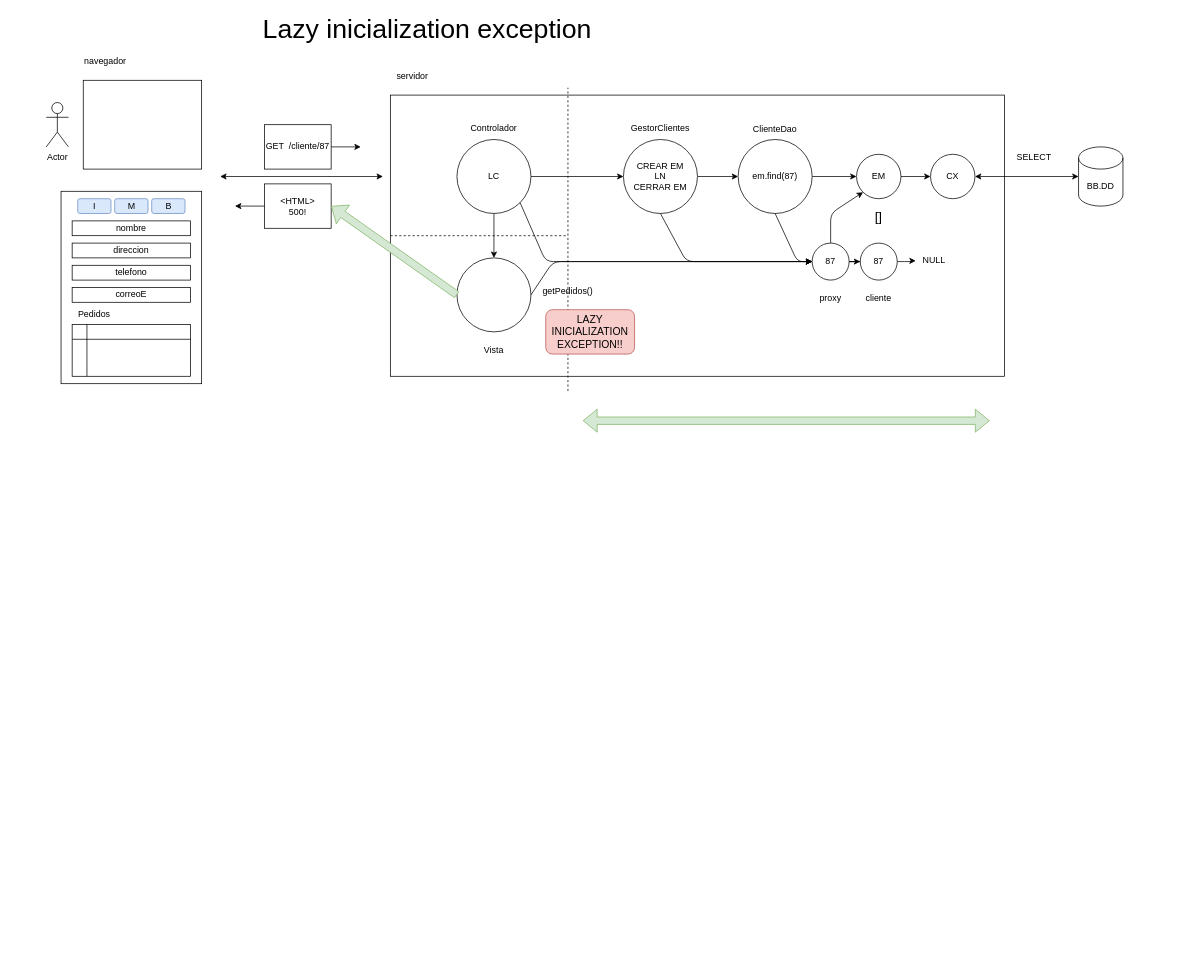
This is page "Página-18" (11 of 18) of diagramas.drawio from lrag/Hibernate_JPA, a draw.io file, before an edit. Source tidied: cells renumbered, new cells numbered last; positions are measured from the earlier drawing's top-left corner, leaving out a move shared by most shapes. Both pictures are drawn from the tidied source at 74%, with x=0, y=0 at pixel (46, 21).
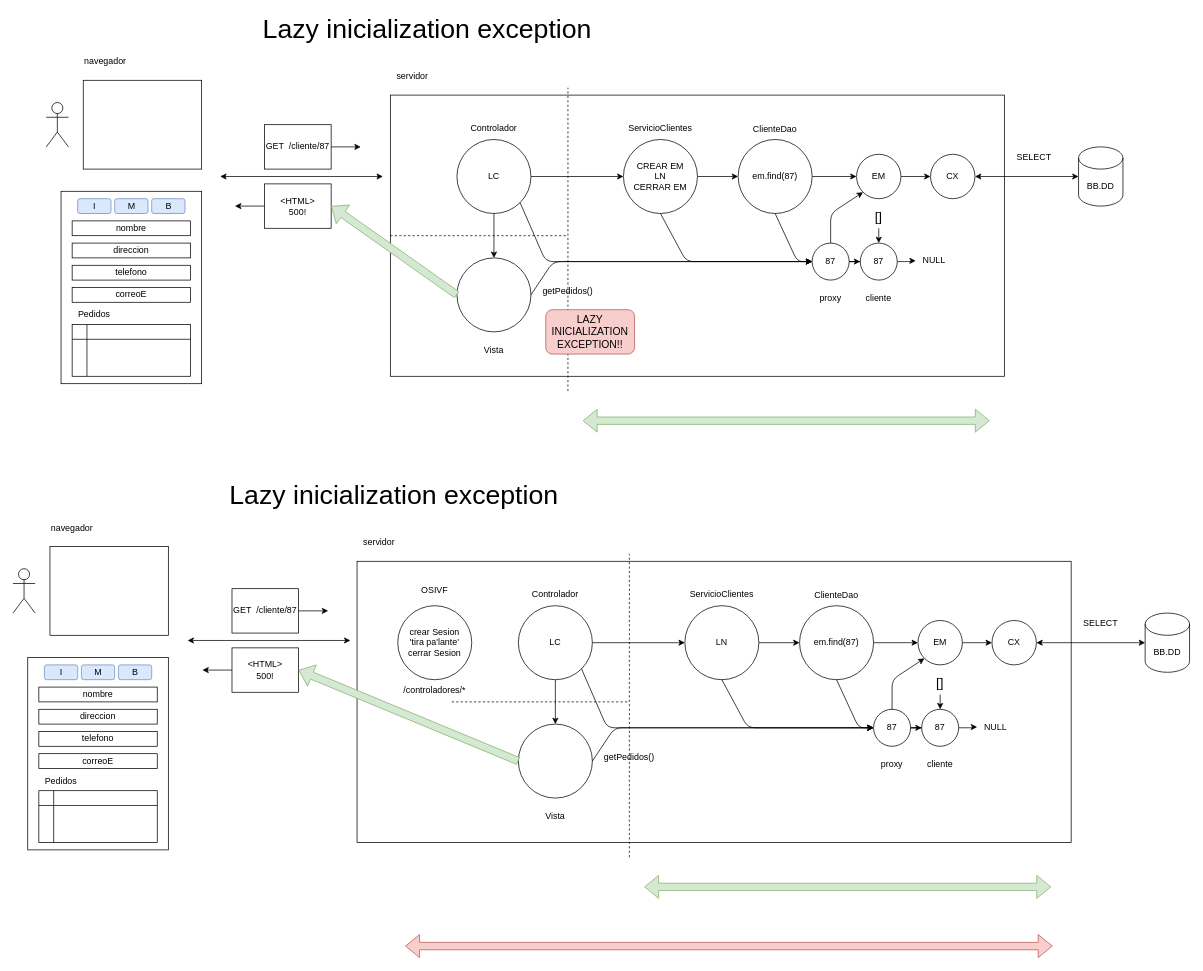
The same diagram, later.

The change refers to these unchanged cells:
```xml
<mxCell id="33" value="&lt;font style=&quot;font-size: 18px&quot;&gt;[]&lt;/font&gt;" style="text;html=1;strokeColor=none;fillColor=none;align=center;verticalAlign=middle;whiteSpace=wrap;rounded=0;fontSize=12;" parent="1" vertex="1">
  <mxGeometry x="1095" y="250" width="60" height="30" as="geometry" />
</mxCell>
<mxCell id="47" value="87" style="ellipse;whiteSpace=wrap;html=1;fontSize=12;" parent="1" vertex="1">
  <mxGeometry x="1100" y="300" width="50" height="50" as="geometry" />
</mxCell>
```

What changed in the source:
```diff
@@
-    <mxCell id="4" value="Actor" style="shape=umlActor;verticalLabelPosition=bottom;verticalAlign=top;html=1;" parent="1" vertex="1">
+    <mxCell id="4" style="shape=umlActor;verticalLabelPosition=bottom;verticalAlign=top;html=1;" parent="1" vertex="1">
       <mxGeometry y="110" width="30" height="60" as="geometry" />
     </mxCell>
@@
-    <mxCell id="20" value="GestorClientes" style="text;html=1;strokeColor=none;fillColor=none;align=center;verticalAlign=middle;whiteSpace=wrap;rounded=0;" parent="1" vertex="1">
+    <mxCell id="20" value="ServicioClientes" style="text;html=1;strokeColor=none;fillColor=none;align=center;verticalAlign=middle;whiteSpace=wrap;rounded=0;" parent="1" vertex="1">
       <mxGeometry x="800" y="130" width="60" height="30" as="geometry" />
     </mxCell>
@@
+    <mxCell id="61" style="edgeStyle=orthogonalEdgeStyle;rounded=0;jettySize=auto;html=1;exitX=0.5;exitY=1;exitDx=0;exitDy=0;entryX=0.5;entryY=0;entryDx=0;entryDy=0;fontColor=#000000;" parent="1" edge="1" source="33" target="47">
+      <mxGeometry relative="1" as="geometry" />
+    </mxCell>
@@
+    <mxCell id="62" style="rounded=0;whiteSpace=wrap;html=1;" parent="1" vertex="1">
+      <mxGeometry x="420" y="730" width="965" height="380" as="geometry" />
+    </mxCell>
+    <mxCell id="63" style="rounded=0;whiteSpace=wrap;html=1;" parent="1" vertex="1">
+      <mxGeometry x="5" y="710" width="160" height="120" as="geometry" />
+    </mxCell>
+    <mxCell id="64" style="shape=umlActor;verticalLabelPosition=bottom;verticalAlign=top;html=1;" parent="1" vertex="1">
+      <mxGeometry x="-45" y="740" width="30" height="60" as="geometry" />
+    </mxCell>
+    <mxCell id="65" value="navegador" style="text;html=1;strokeColor=none;fillColor=none;align=center;verticalAlign=middle;whiteSpace=wrap;rounded=0;" parent="1" vertex="1">
+      <mxGeometry x="5" y="670" width="60" height="30" as="geometry" />
+    </mxCell>
+    <mxCell id="66" value="servidor" style="text;html=1;strokeColor=none;fillColor=none;align=center;verticalAlign=middle;whiteSpace=wrap;rounded=0;" parent="1" vertex="1">
+      <mxGeometry x="420" y="690" width="60" height="30" as="geometry" />
+    </mxCell>
+    <mxCell id="67" style="endArrow=classic;startArrow=classic;html=1;rounded=0;" parent="1" edge="1">
+      <mxGeometry relative="1" as="geometry">
+        <mxPoint x="191" y="837" as="sourcePoint" />
+        <mxPoint x="411" y="837" as="targetPoint" />
+      </mxGeometry>
+    </mxCell>
+    <mxCell id="68" value="GET&amp;nbsp; /cliente/87" style="rounded=0;whiteSpace=wrap;html=1;" parent="1" vertex="1">
+      <mxGeometry x="251" y="767" width="90" height="60" as="geometry" />
+    </mxCell>
+    <mxCell id="69" style="endArrow=classic;html=1;rounded=0;exitX=1;exitY=0.5;exitDx=0;exitDy=0;" parent="1" edge="1" source="68">
+      <mxGeometry relative="1" as="geometry">
+        <mxPoint x="381" y="797" as="targetPoint" />
+      </mxGeometry>
+    </mxCell>
+    <mxCell id="70" value="&amp;lt;HTML&amp;gt;&lt;br&gt;500!" style="rounded=0;whiteSpace=wrap;html=1;" parent="1" vertex="1">
+      <mxGeometry x="251" y="847" width="90" height="60" as="geometry" />
+    </mxCell>
+    <mxCell id="71" style="endArrow=classic;html=1;rounded=0;exitX=0;exitY=0.5;exitDx=0;exitDy=0;" parent="1" edge="1" source="70">
+      <mxGeometry relative="1" as="geometry">
+        <mxPoint x="211" y="877" as="targetPoint" />
+      </mxGeometry>
+    </mxCell>
+    <mxCell id="72" style="edgeStyle=orthogonalEdgeStyle;rounded=0;jettySize=auto;html=1;" parent="1" edge="1" source="74" target="79">
+      <mxGeometry relative="1" as="geometry" />
+    </mxCell>
+    <mxCell id="73" style="edgeStyle=orthogonalEdgeStyle;rounded=0;jettySize=auto;html=1;" parent="1" edge="1" source="74" target="81">
+      <mxGeometry relative="1" as="geometry" />
+    </mxCell>
+    <mxCell id="74" value="LC" style="ellipse;whiteSpace=wrap;html=1;" parent="1" vertex="1">
+      <mxGeometry x="638" y="790" width="100" height="100" as="geometry" />
+    </mxCell>
+    <mxCell id="75" value="BB.DD" style="shape=cylinder3;whiteSpace=wrap;html=1;boundedLbl=1;backgroundOutline=1;size=15;" parent="1" vertex="1">
+      <mxGeometry x="1485" y="800" width="60" height="80" as="geometry" />
+    </mxCell>
+    <mxCell id="76" value="&lt;font style=&quot;font-size: 36px&quot;&gt;Lazy inicialization exception&lt;/font&gt;" style="text;html=1;strokeColor=none;fillColor=none;align=center;verticalAlign=middle;whiteSpace=wrap;rounded=0;" parent="1" vertex="1">
+      <mxGeometry x="140" y="630" width="660" height="20" as="geometry" />
+    </mxCell>
+    <mxCell id="77" value="Controlador" style="text;html=1;strokeColor=none;fillColor=none;align=center;verticalAlign=middle;whiteSpace=wrap;rounded=0;" parent="1" vertex="1">
+      <mxGeometry x="658" y="760" width="60" height="30" as="geometry" />
+    </mxCell>
+    <mxCell id="78" style="edgeStyle=orthogonalEdgeStyle;rounded=1;jettySize=auto;html=1;entryX=0;entryY=0.5;entryDx=0;entryDy=0;fontSize=12;" parent="1" edge="1" source="79" target="88">
+      <mxGeometry relative="1" as="geometry" />
+    </mxCell>
+    <mxCell id="79" value="LN" style="ellipse;whiteSpace=wrap;html=1;" parent="1" vertex="1">
+      <mxGeometry x="863" y="790" width="100" height="100" as="geometry" />
+    </mxCell>
+    <mxCell id="80" value="ServicioClientes" style="text;html=1;strokeColor=none;fillColor=none;align=center;verticalAlign=middle;whiteSpace=wrap;rounded=0;" parent="1" vertex="1">
+      <mxGeometry x="883" y="760" width="60" height="30" as="geometry" />
+    </mxCell>
+    <mxCell id="81" style="ellipse;whiteSpace=wrap;html=1;" parent="1" vertex="1">
+      <mxGeometry x="638" y="950" width="100" height="100" as="geometry" />
+    </mxCell>
+    <mxCell id="82" value="Vista" style="text;html=1;strokeColor=none;fillColor=none;align=center;verticalAlign=middle;whiteSpace=wrap;rounded=0;" parent="1" vertex="1">
+      <mxGeometry x="658" y="1060" width="60" height="30" as="geometry" />
+    </mxCell>
+    <mxCell id="83" style="shape=flexArrow;endArrow=classic;html=1;rounded=0;exitX=0;exitY=0.5;exitDx=0;exitDy=0;entryX=1;entryY=0.5;entryDx=0;entryDy=0;fillColor=#d5e8d4;strokeColor=#82b366;" parent="1" edge="1" source="81" target="70">
+      <mxGeometry relative="1" as="geometry" />
+    </mxCell>
+    <mxCell id="84" style="endArrow=none;dashed=1;html=1;rounded=0;" parent="1" edge="1">
+      <mxGeometry relative="1" as="geometry">
+        <mxPoint x="788" y="1130" as="sourcePoint" />
+        <mxPoint x="788" y="720" as="targetPoint" />
+      </mxGeometry>
+    </mxCell>
+    <mxCell id="85" style="endArrow=none;dashed=1;html=1;rounded=0;exitX=0;exitY=0.5;exitDx=0;exitDy=0;" parent="1" edge="1">
+      <mxGeometry relative="1" as="geometry">
+        <mxPoint x="548" y="920" as="sourcePoint" />
+        <mxPoint x="788" y="920" as="targetPoint" />
+      </mxGeometry>
+    </mxCell>
+    <mxCell id="86" style="edgeStyle=orthogonalEdgeStyle;rounded=1;orthogonalLoop=1;jettySize=auto;html=1;exitX=0.5;exitY=1;exitDx=0;exitDy=0;fontSize=18;" parent="1" edge="1">
+      <mxGeometry relative="1" as="geometry">
+        <mxPoint x="823" y="970" as="sourcePoint" />
+        <mxPoint x="823" y="970" as="targetPoint" />
+      </mxGeometry>
+    </mxCell>
+    <mxCell id="87" style="edgeStyle=orthogonalEdgeStyle;rounded=1;jettySize=auto;html=1;entryX=0;entryY=0.5;entryDx=0;entryDy=0;fontSize=12;" parent="1" edge="1" source="88" target="91">
+      <mxGeometry relative="1" as="geometry" />
+    </mxCell>
+    <mxCell id="88" value="em.find(87)" style="ellipse;whiteSpace=wrap;html=1;" parent="1" vertex="1">
+      <mxGeometry x="1018" y="790" width="100" height="100" as="geometry" />
+    </mxCell>
+    <mxCell id="89" value="&lt;font style=&quot;font-size: 12px&quot;&gt;ClienteDao&lt;/font&gt;" style="text;html=1;strokeColor=none;fillColor=none;align=center;verticalAlign=middle;whiteSpace=wrap;rounded=0;fontSize=14;" parent="1" vertex="1">
+      <mxGeometry x="1038" y="760" width="60" height="30" as="geometry" />
+    </mxCell>
+    <mxCell id="90" style="edgeStyle=orthogonalEdgeStyle;rounded=1;jettySize=auto;html=1;entryX=0;entryY=0.5;entryDx=0;entryDy=0;fontSize=12;" parent="1" edge="1" source="91" target="92">
+      <mxGeometry relative="1" as="geometry" />
+    </mxCell>
+    <mxCell id="91" value="EM" style="ellipse;whiteSpace=wrap;html=1;fontSize=12;" parent="1" vertex="1">
+      <mxGeometry x="1178" y="810" width="60" height="60" as="geometry" />
+    </mxCell>
+    <mxCell id="92" value="CX" style="ellipse;whiteSpace=wrap;html=1;fontSize=12;" parent="1" vertex="1">
+      <mxGeometry x="1278" y="810" width="60" height="60" as="geometry" />
+    </mxCell>
+    <mxCell id="93" style="edgeStyle=orthogonalEdgeStyle;rounded=0;jettySize=auto;html=1;exitX=0.5;exitY=1;exitDx=0;exitDy=0;entryX=0.5;entryY=0;entryDx=0;entryDy=0;fontColor=#000000;" parent="1" edge="1" source="94" target="108">
+      <mxGeometry relative="1" as="geometry" />
+    </mxCell>
+    <mxCell id="94" value="&lt;font style=&quot;font-size: 18px&quot;&gt;[]&lt;/font&gt;" style="text;html=1;strokeColor=none;fillColor=none;align=center;verticalAlign=middle;whiteSpace=wrap;rounded=0;fontSize=12;" parent="1" vertex="1">
+      <mxGeometry x="1178" y="880" width="60" height="30" as="geometry" />
+    </mxCell>
+    <mxCell id="95" style="rounded=0;whiteSpace=wrap;html=1;" parent="1" vertex="1">
+      <mxGeometry x="-25" y="860" width="190" height="260" as="geometry" />
+    </mxCell>
+    <mxCell id="96" value="I" style="rounded=1;whiteSpace=wrap;html=1;fillColor=#dae8fc;strokeColor=#6c8ebf;" parent="1" vertex="1">
+      <mxGeometry x="-2.5" y="870" width="45" height="20" as="geometry" />
+    </mxCell>
+    <mxCell id="97" value="M" style="rounded=1;whiteSpace=wrap;html=1;fillColor=#dae8fc;strokeColor=#6c8ebf;" parent="1" vertex="1">
+      <mxGeometry x="47.5" y="870" width="45" height="20" as="geometry" />
+    </mxCell>
+    <mxCell id="98" value="B" style="rounded=1;whiteSpace=wrap;html=1;fillColor=#dae8fc;strokeColor=#6c8ebf;" parent="1" vertex="1">
+      <mxGeometry x="97.5" y="870" width="45" height="20" as="geometry" />
+    </mxCell>
+    <mxCell id="99" value="nombre" style="rounded=0;whiteSpace=wrap;html=1;" parent="1" vertex="1">
+      <mxGeometry x="-10" y="900" width="160" height="20" as="geometry" />
+    </mxCell>
+    <mxCell id="100" value="direccion" style="rounded=0;whiteSpace=wrap;html=1;" parent="1" vertex="1">
+      <mxGeometry x="-10" y="930" width="160" height="20" as="geometry" />
+    </mxCell>
+    <mxCell id="101" value="telefono" style="rounded=0;whiteSpace=wrap;html=1;" parent="1" vertex="1">
+      <mxGeometry x="-10" y="960" width="160" height="20" as="geometry" />
+    </mxCell>
+    <mxCell id="102" style="shape=internalStorage;whiteSpace=wrap;html=1;backgroundOutline=1;" parent="1" vertex="1">
+      <mxGeometry x="-10" y="1040" width="160" height="70" as="geometry" />
+    </mxCell>
+    <mxCell id="103" value="correoE" style="rounded=0;whiteSpace=wrap;html=1;" parent="1" vertex="1">
+      <mxGeometry x="-10" y="990" width="160" height="20" as="geometry" />
+    </mxCell>
+    <mxCell id="104" value="&lt;span style=&quot;font-size: 12px&quot;&gt;Pedidos&lt;/span&gt;" style="text;html=1;strokeColor=none;fillColor=none;align=center;verticalAlign=middle;whiteSpace=wrap;rounded=0;fontSize=18;" parent="1" vertex="1">
+      <mxGeometry x="-10" y="1010" width="60" height="30" as="geometry" />
+    </mxCell>
+    <mxCell id="105" style="endArrow=classic;startArrow=classic;html=1;rounded=1;fontSize=12;exitX=1;exitY=0.5;exitDx=0;exitDy=0;entryX=0;entryY=0.5;entryDx=0;entryDy=0;entryPerimeter=0;" parent="1" edge="1" source="92" target="75">
+      <mxGeometry relative="1" as="geometry" />
+    </mxCell>
+    <mxCell id="106" value="SELECT" style="text;html=1;strokeColor=none;fillColor=none;align=center;verticalAlign=middle;whiteSpace=wrap;rounded=0;fontSize=12;" parent="1" vertex="1">
+      <mxGeometry x="1395" y="799" width="60" height="30" as="geometry" />
+    </mxCell>
+    <mxCell id="107" style="edgeStyle=orthogonalEdgeStyle;rounded=1;jettySize=auto;html=1;fontSize=12;" parent="1" edge="1" source="108" target="109">
+      <mxGeometry relative="1" as="geometry" />
+    </mxCell>
+    <mxCell id="108" value="87" style="ellipse;whiteSpace=wrap;html=1;fontSize=12;" parent="1" vertex="1">
+      <mxGeometry x="1183" y="930" width="50" height="50" as="geometry" />
+    </mxCell>
+    <mxCell id="109" value="NULL" style="text;html=1;strokeColor=none;fillColor=none;align=center;verticalAlign=middle;whiteSpace=wrap;rounded=0;fontSize=12;" parent="1" vertex="1">
+      <mxGeometry x="1258" y="939" width="50" height="30" as="geometry" />
+    </mxCell>
+    <mxCell id="110" style="edgeStyle=orthogonalEdgeStyle;rounded=1;jettySize=auto;html=1;fontSize=12;" parent="1" edge="1" source="111" target="108">
+      <mxGeometry relative="1" as="geometry" />
+    </mxCell>
+    <mxCell id="111" value="87" style="ellipse;whiteSpace=wrap;html=1;fontSize=12;" parent="1" vertex="1">
+      <mxGeometry x="1118" y="930" width="50" height="50" as="geometry" />
+    </mxCell>
+    <mxCell id="112" value="proxy" style="text;html=1;strokeColor=none;fillColor=none;align=center;verticalAlign=middle;whiteSpace=wrap;rounded=0;fontSize=12;" parent="1" vertex="1">
+      <mxGeometry x="1113" y="990" width="60" height="30" as="geometry" />
+    </mxCell>
+    <mxCell id="113" value="cliente" style="text;html=1;strokeColor=none;fillColor=none;align=center;verticalAlign=middle;whiteSpace=wrap;rounded=0;fontSize=12;" parent="1" vertex="1">
+      <mxGeometry x="1178" y="990" width="60" height="30" as="geometry" />
+    </mxCell>
+    <mxCell id="114" style="endArrow=classic;html=1;rounded=1;fontSize=12;exitX=0.5;exitY=0;exitDx=0;exitDy=0;entryX=0;entryY=1;entryDx=0;entryDy=0;" parent="1" edge="1" source="111" target="91">
+      <mxGeometry relative="1" as="geometry">
+        <Array as="points">
+          <mxPoint x="1143" y="890" />
+        </Array>
+      </mxGeometry>
+    </mxCell>
+    <mxCell id="115" style="endArrow=classic;html=1;rounded=1;fontSize=12;exitX=0.5;exitY=1;exitDx=0;exitDy=0;entryX=0;entryY=0.5;entryDx=0;entryDy=0;" parent="1" edge="1" source="88" target="111">
+      <mxGeometry relative="1" as="geometry">
+        <Array as="points">
+          <mxPoint x="1098" y="955" />
+        </Array>
+      </mxGeometry>
+    </mxCell>
+    <mxCell id="116" style="endArrow=classic;html=1;rounded=1;fontSize=12;exitX=0.5;exitY=1;exitDx=0;exitDy=0;entryX=0;entryY=0.5;entryDx=0;entryDy=0;" parent="1" edge="1" source="79" target="111">
+      <mxGeometry relative="1" as="geometry">
+        <Array as="points">
+          <mxPoint x="948" y="955" />
+        </Array>
+      </mxGeometry>
+    </mxCell>
+    <mxCell id="117" style="endArrow=classic;html=1;rounded=1;fontSize=12;exitX=1;exitY=1;exitDx=0;exitDy=0;entryX=0;entryY=0.5;entryDx=0;entryDy=0;" parent="1" edge="1" source="74" target="111">
+      <mxGeometry relative="1" as="geometry">
+        <Array as="points">
+          <mxPoint x="758" y="955" />
+        </Array>
+      </mxGeometry>
+    </mxCell>
+    <mxCell id="118" style="endArrow=classic;html=1;rounded=1;fontSize=12;exitX=1;exitY=0.5;exitDx=0;exitDy=0;entryX=0;entryY=0.5;entryDx=0;entryDy=0;" parent="1" edge="1" source="81" target="111">
+      <mxGeometry relative="1" as="geometry">
+        <Array as="points">
+          <mxPoint x="768" y="955" />
+        </Array>
+      </mxGeometry>
+    </mxCell>
+    <mxCell id="119" style="shape=flexArrow;endArrow=classic;startArrow=classic;html=1;rounded=1;fontSize=12;fillColor=#d5e8d4;strokeColor=#82b366;" parent="1" edge="1">
+      <mxGeometry relative="1" as="geometry">
+        <mxPoint x="808" y="1170" as="sourcePoint" />
+        <mxPoint x="1358" y="1170" as="targetPoint" />
+      </mxGeometry>
+    </mxCell>
+    <mxCell id="120" value="getPedidos()" style="text;html=1;strokeColor=none;fillColor=none;align=center;verticalAlign=middle;whiteSpace=wrap;rounded=0;fontSize=12;" parent="1" vertex="1">
+      <mxGeometry x="758" y="980" width="60" height="30" as="geometry" />
+    </mxCell>
+    <mxCell id="121" value="crear Sesion&lt;br&gt;'tira pa'lante'&lt;br&gt;cerrar Sesion" style="ellipse;whiteSpace=wrap;html=1;" parent="1" vertex="1">
+      <mxGeometry x="475" y="790" width="100" height="100" as="geometry" />
+    </mxCell>
+    <mxCell id="122" value="OSIVF" style="text;html=1;strokeColor=none;fillColor=none;align=center;verticalAlign=middle;whiteSpace=wrap;rounded=0;fontColor=#000000;" parent="1" vertex="1">
+      <mxGeometry x="495" y="755" width="60" height="30" as="geometry" />
+    </mxCell>
+    <mxCell id="123" value="/controladores/*" style="text;html=1;strokeColor=none;fillColor=none;align=center;verticalAlign=middle;whiteSpace=wrap;rounded=0;fontColor=#000000;" parent="1" vertex="1">
+      <mxGeometry x="495" y="890" width="60" height="30" as="geometry" />
+    </mxCell>
+    <mxCell id="124" style="shape=flexArrow;endArrow=classic;startArrow=classic;html=1;rounded=1;fontSize=12;fillColor=#f8cecc;strokeColor=#b85450;" parent="1" edge="1">
+      <mxGeometry relative="1" as="geometry">
+        <mxPoint x="485" y="1250" as="sourcePoint" />
+        <mxPoint x="1360" y="1250" as="targetPoint" />
+      </mxGeometry>
+    </mxCell>
```
